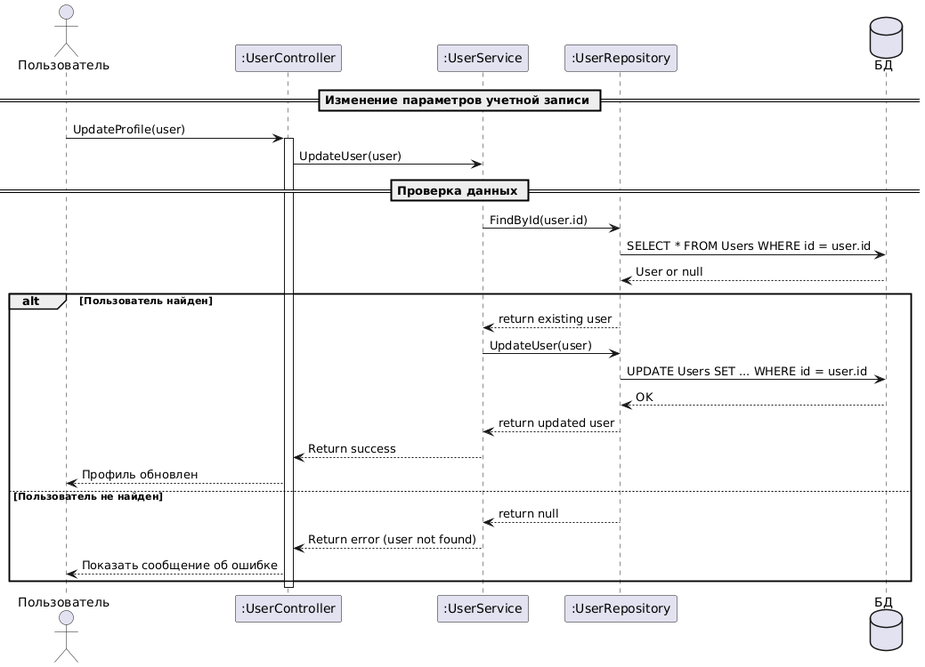
This is Диаграмма последовательности/Именение_параметров.png from Marina200426/PIS-Belonogov-Chelokhsaeva, a PlantUML export, as it was before one commit.
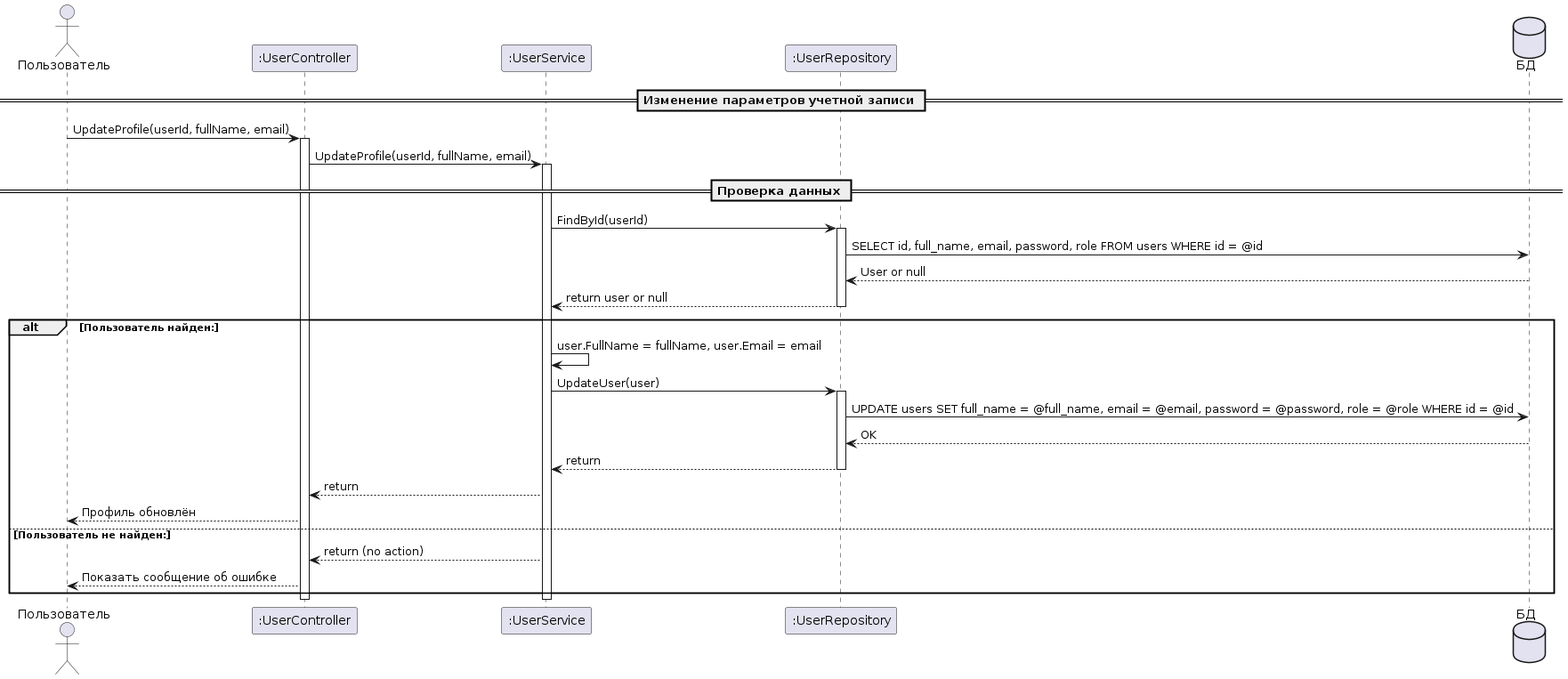
The same file after the commit.

Change to the diagram source:
```diff
@@ -1,36 +1,39 @@
 @startuml
 actor Пользователь
-
 participant ":UserController"
 participant ":UserService"
 participant ":UserRepository"
-database БД
+database "БД"
 
 == Изменение параметров учетной записи ==
-
-Пользователь -> ":UserController" : UpdateProfile(user)
+Пользователь -> ":UserController" : UpdateProfile(userId, fullName, email)
 activate ":UserController"
-":UserController" -> ":UserService" : UpdateUser(user)
+":UserController" -> ":UserService" : UpdateProfile(userId, fullName, email)
+activate ":UserService"
 
 == Проверка данных ==
+":UserService" -> ":UserRepository" : FindById(userId)
+activate ":UserRepository"
+":UserRepository" -> БД : SELECT id, full_name, email, password, role FROM users WHERE id = @id
+БД --> ":UserRepository" : User or null
+":UserRepository" --> ":UserService" : return user or null
+deactivate ":UserRepository"
 
-":UserService" -> ":UserRepository" : FindById(user.id)
-":UserRepository" -> БД : SELECT * FROM Users WHERE id = user.id
-БД --> ":UserRepository" : User or null
-
-alt Пользователь найден
-    ":UserRepository" --> ":UserService" : return existing user
+alt Пользователь найден:
+    ":UserService" -> ":UserService" : user.FullName = fullName, user.Email = email
     ":UserService" -> ":UserRepository" : UpdateUser(user)
-    ":UserRepository" -> БД : UPDATE Users SET ... WHERE id = user.id
+    activate ":UserRepository"
+    ":UserRepository" -> БД : UPDATE users SET full_name = @full_name, email = @email, password = @password, role = @role WHERE id = @id
     БД --> ":UserRepository" : OK
-    ":UserRepository" --> ":UserService" : return updated user
-    ":UserService" --> ":UserController" : Return success
-    ":UserController" --> Пользователь : Профиль обновлен
-else Пользователь не найден
-    ":UserRepository" --> ":UserService" : return null
-    ":UserService" --> ":UserController" : Return error (user not found)
+    ":UserRepository" --> ":UserService" : return
+    deactivate ":UserRepository"
+    ":UserService" --> ":UserController" : return
+    ":UserController" --> Пользователь : Профиль обновлён
+else Пользователь не найден:
+    ":UserService" --> ":UserController" : return (no action)
     ":UserController" --> Пользователь : Показать сообщение об ошибке
 end
 
+deactivate ":UserService"
 deactivate ":UserController"
 @enduml
```
